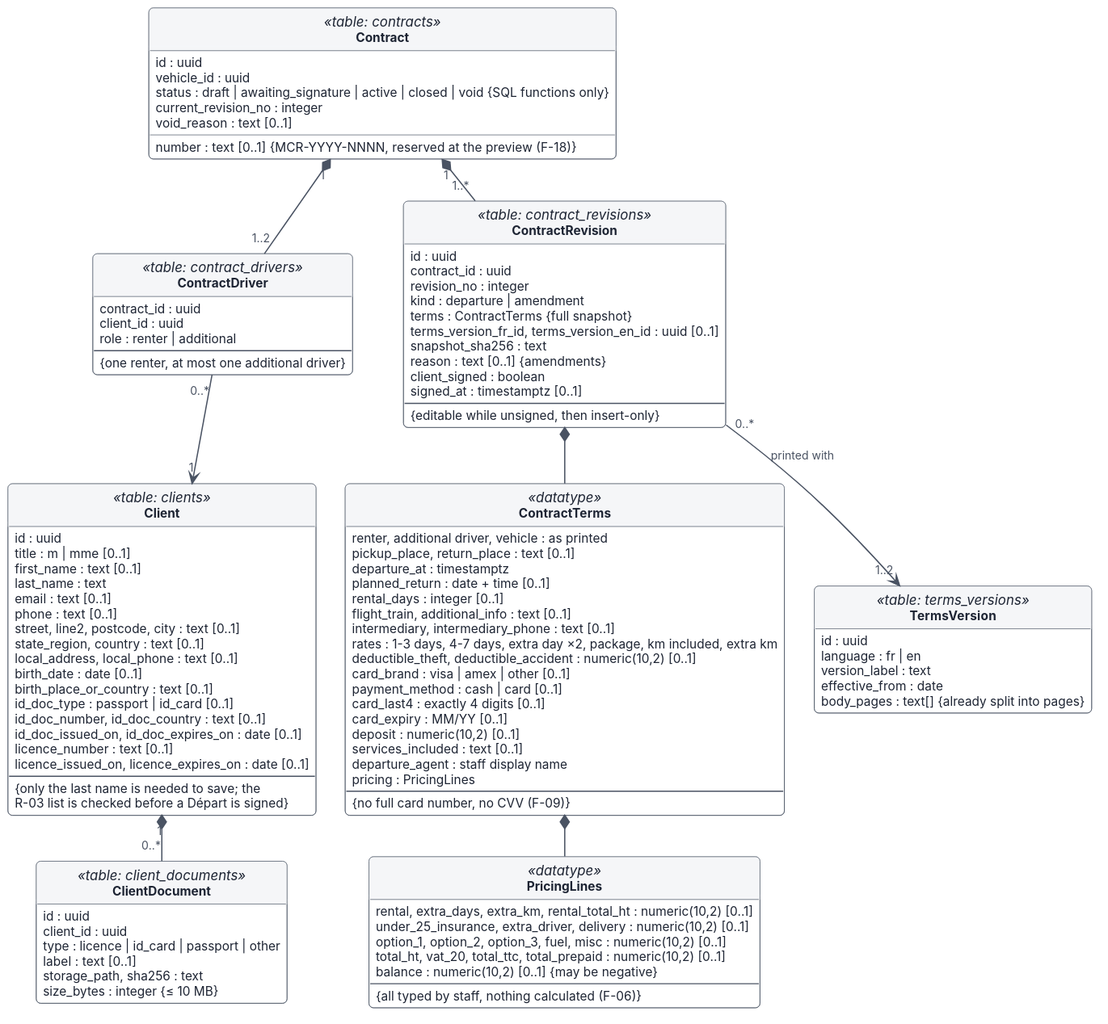
Above: docs/architecture/svg/07-data-contracts.svg in ColJurten/mccarriviera-staff-app (PlantUML), before the change.
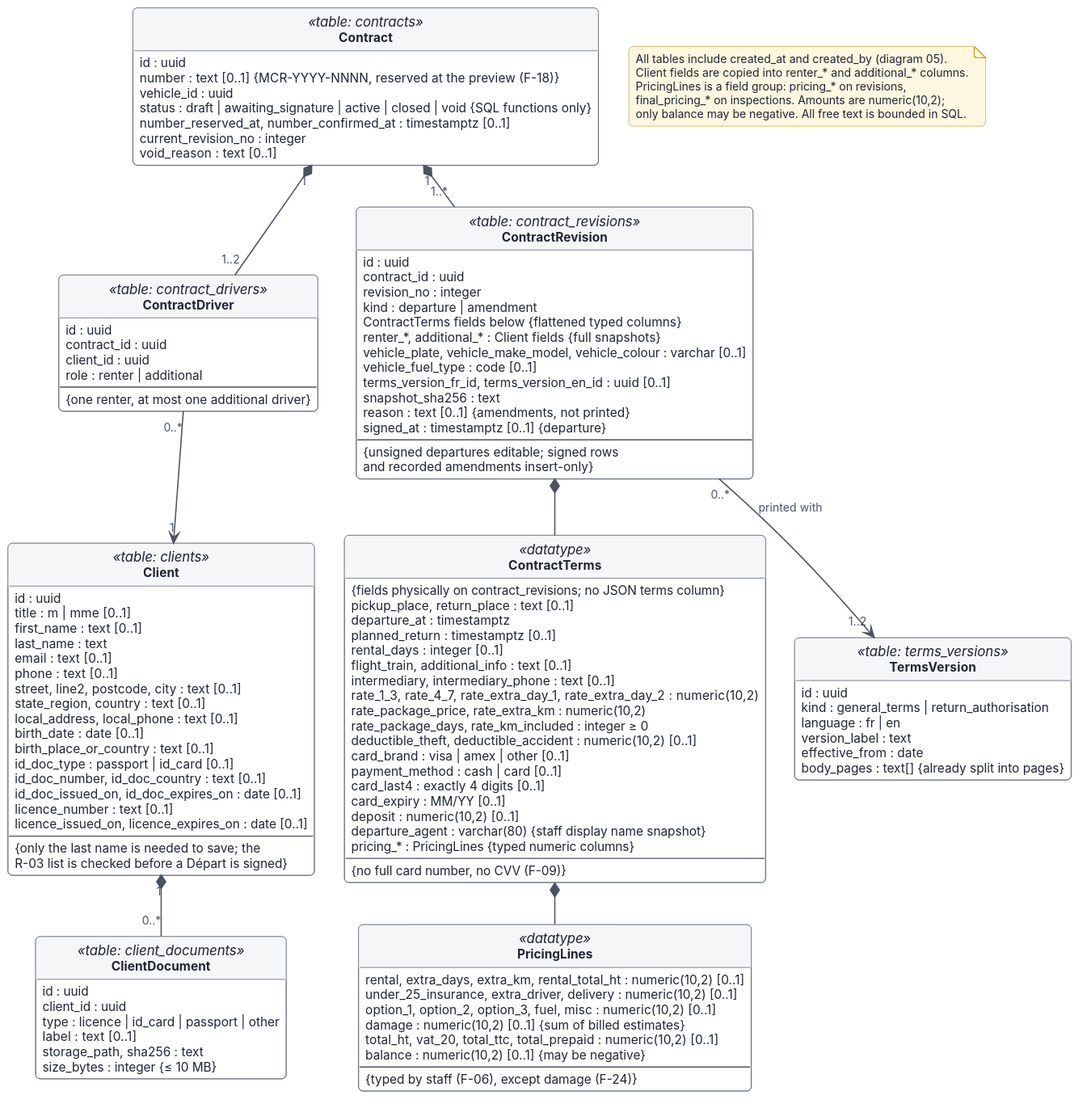
Above is the later version.

Diff of the diagram source:
```diff
@@ -38,14 +38,16 @@
 
 class Contract <<table: contracts>> {
   id : uuid
-  number : text [0..1] {MCR-YYYY-NNNN, reserved at the preview (F-18)}
+  {field} number : text [0..1] {MCR-YYYY-NNNN, reserved at the preview (F-18)}
   vehicle_id : uuid
   status : draft | awaiting_signature | active | closed | void {SQL functions only}
+  number_reserved_at, number_confirmed_at : timestamptz [0..1]
   current_revision_no : integer
   void_reason : text [0..1]
 }
 
 class ContractDriver <<table: contract_drivers>> {
+  id : uuid
   contract_id : uuid
   client_id : uuid
   role : renter | additional
@@ -58,34 +60,38 @@
   contract_id : uuid
   revision_no : integer
   kind : departure | amendment
-  terms : ContractTerms {full snapshot}
+  ContractTerms fields below {flattened typed columns}
+  renter_*, additional_* : Client fields {full snapshots}
+  vehicle_plate, vehicle_make_model, vehicle_colour : varchar [0..1]
+  vehicle_fuel_type : code [0..1]
   terms_version_fr_id, terms_version_en_id : uuid [0..1]
   snapshot_sha256 : text
-  reason : text [0..1] {amendments}
-  client_signed : boolean
-  signed_at : timestamptz [0..1]
+  reason : text [0..1] {amendments, not printed}
+  signed_at : timestamptz [0..1] {departure}
   --
-  {editable while unsigned, then insert-only}
+  {unsigned departures editable; signed rows
+  and recorded amendments insert-only}
 }
 
 class ContractTerms <<datatype>> {
-  renter, additional driver, vehicle : as printed
+  {fields physically on contract_revisions; no JSON terms column}
   pickup_place, return_place : text [0..1]
   departure_at : timestamptz
-  planned_return : date + time [0..1]
+  planned_return : timestamptz [0..1]
   rental_days : integer [0..1]
   flight_train, additional_info : text [0..1]
   intermediary, intermediary_phone : text [0..1]
-  rates : 1-3 days, 4-7 days, extra day ×2, package, km included, extra km
+  rate_1_3, rate_4_7, rate_extra_day_1, rate_extra_day_2 : numeric(10,2)
+  rate_package_price, rate_extra_km : numeric(10,2)
+  rate_package_days, rate_km_included : integer ≥ 0
   {field} deductible_theft, deductible_accident : numeric(10,2) [0..1]
   card_brand : visa | amex | other [0..1]
   payment_method : cash | card [0..1]
   card_last4 : exactly 4 digits [0..1]
   card_expiry : MM/YY [0..1]
   {field} deposit : numeric(10,2) [0..1]
-  services_included : text [0..1]
-  departure_agent : staff display name
-  pricing : PricingLines
+  departure_agent : varchar(80) {staff display name snapshot}
+  pricing_* : PricingLines {typed numeric columns}
   --
   {no full card number, no CVV (F-09)}
 }
@@ -94,14 +100,16 @@
   {field} rental, extra_days, extra_km, rental_total_ht : numeric(10,2) [0..1]
   {field} under_25_insurance, extra_driver, delivery : numeric(10,2) [0..1]
   {field} option_1, option_2, option_3, fuel, misc : numeric(10,2) [0..1]
+  {field} damage : numeric(10,2) [0..1] {sum of billed estimates}
   {field} total_ht, vat_20, total_ttc, total_prepaid : numeric(10,2) [0..1]
   {field} balance : numeric(10,2) [0..1] {may be negative}
   --
-  {all typed by staff, nothing calculated (F-06)}
+  {typed by staff (F-06), except damage (F-24)}
 }
 
 class TermsVersion <<table: terms_versions>> {
   id : uuid
+  kind : general_terms | return_authorisation
   language : fr | en
   version_label : text
   effective_from : date
@@ -115,4 +123,11 @@
 ContractRevision *-- ContractTerms
 ContractTerms *-- PricingLines
 ContractRevision "0..*" --> "1..2" TermsVersion : printed with
+note as PhysicalColumns
+All tables include created_at and created_by (diagram 05).
+Client fields are copied into renter_* and additional_* columns.
+PricingLines is a field group: pricing_* on revisions,
+final_pricing_* on inspections. Amounts are numeric(10,2);
+only balance may be negative. All free text is bounded in SQL.
+end note
 @enduml
```
